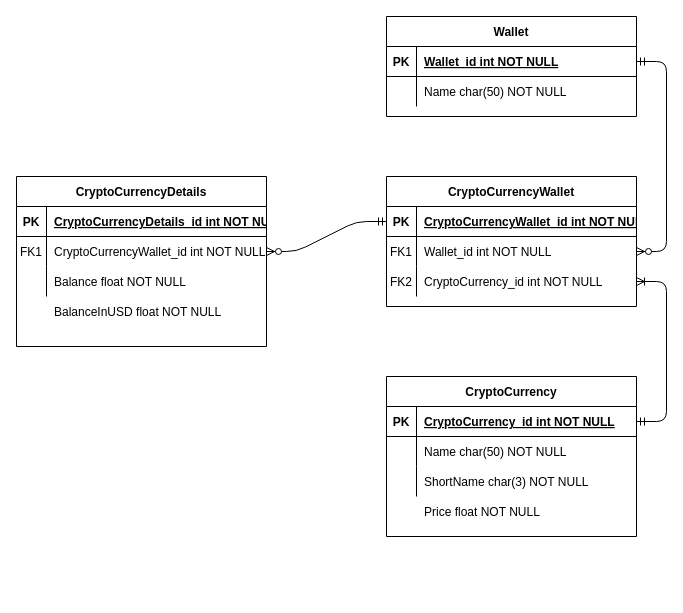
Above: Documentation/Mockups/UML.drawio in Total1880/OlavCrypto (draw.io), before the change. Source tidied: cells renumbered, new cells numbered last; positions are measured from the earlier drawing's top-left corner, leaving out a move shared by most shapes. Both pictures are drawn from the tidied source at 100%, with x=0, y=0 at pixel (16, 16).
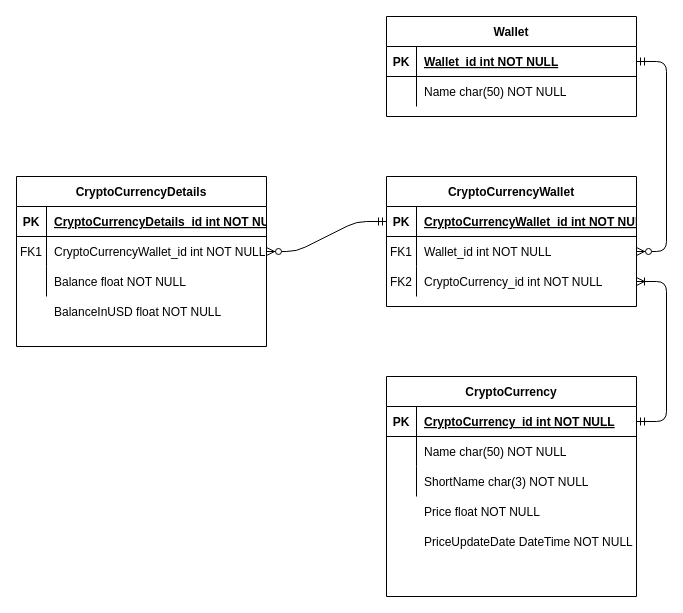
After the change.

What changed in the source:
```diff
@@
     <mxCell id="23" value="CryptoCurrency" style="shape=table;startSize=30;childLayout=tableLayout;rowLines=0;fontStyle=1;align=center;" parent="1" vertex="1">
-      <mxGeometry x="370" y="360" width="250" height="160" as="geometry" />
+      <mxGeometry x="370" y="360" width="250" height="220" as="geometry" />
     </mxCell>
@@
+    <mxCell id="45" value="PriceUpdateDate DateTime NOT NULL" style="shape=partialRectangle;overflow=hidden;fillColor=none;top=0;left=0;bottom=0;right=0;align=left;spacingLeft=6;" parent="1" vertex="1">
+      <mxGeometry x="400" y="510" width="220" height="30" as="geometry" />
+    </mxCell>
```
